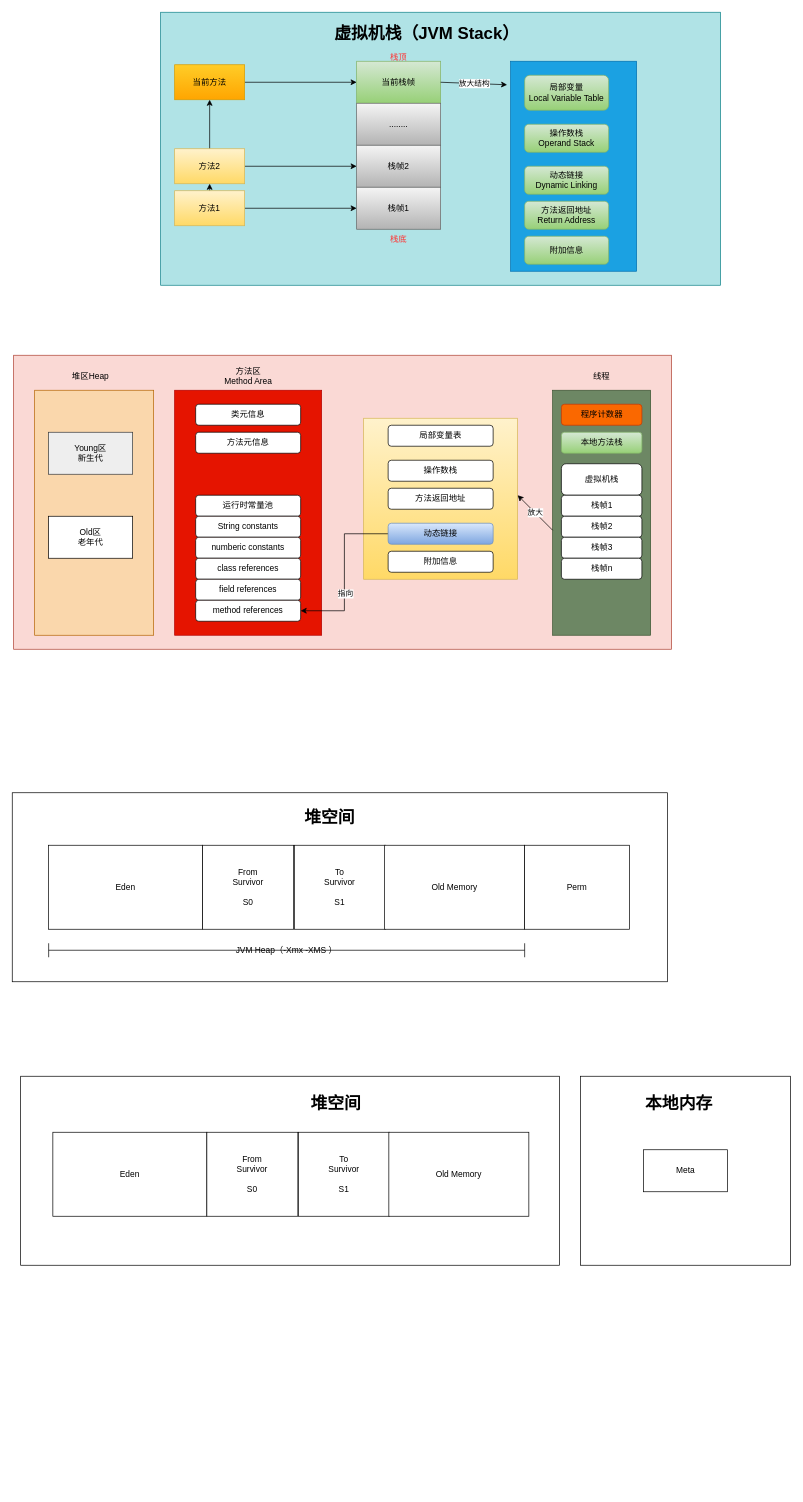
Above: 虚拟机栈.drawio in linbingxing/mind (draw.io), before the change. Source tidied: cells renumbered, new cells numbered last; positions are measured from the earlier drawing's top-left corner, leaving out a move shared by most shapes. Both pictures are drawn from the tidied source at 70%, with x=0, y=0 at pixel (12, 12).
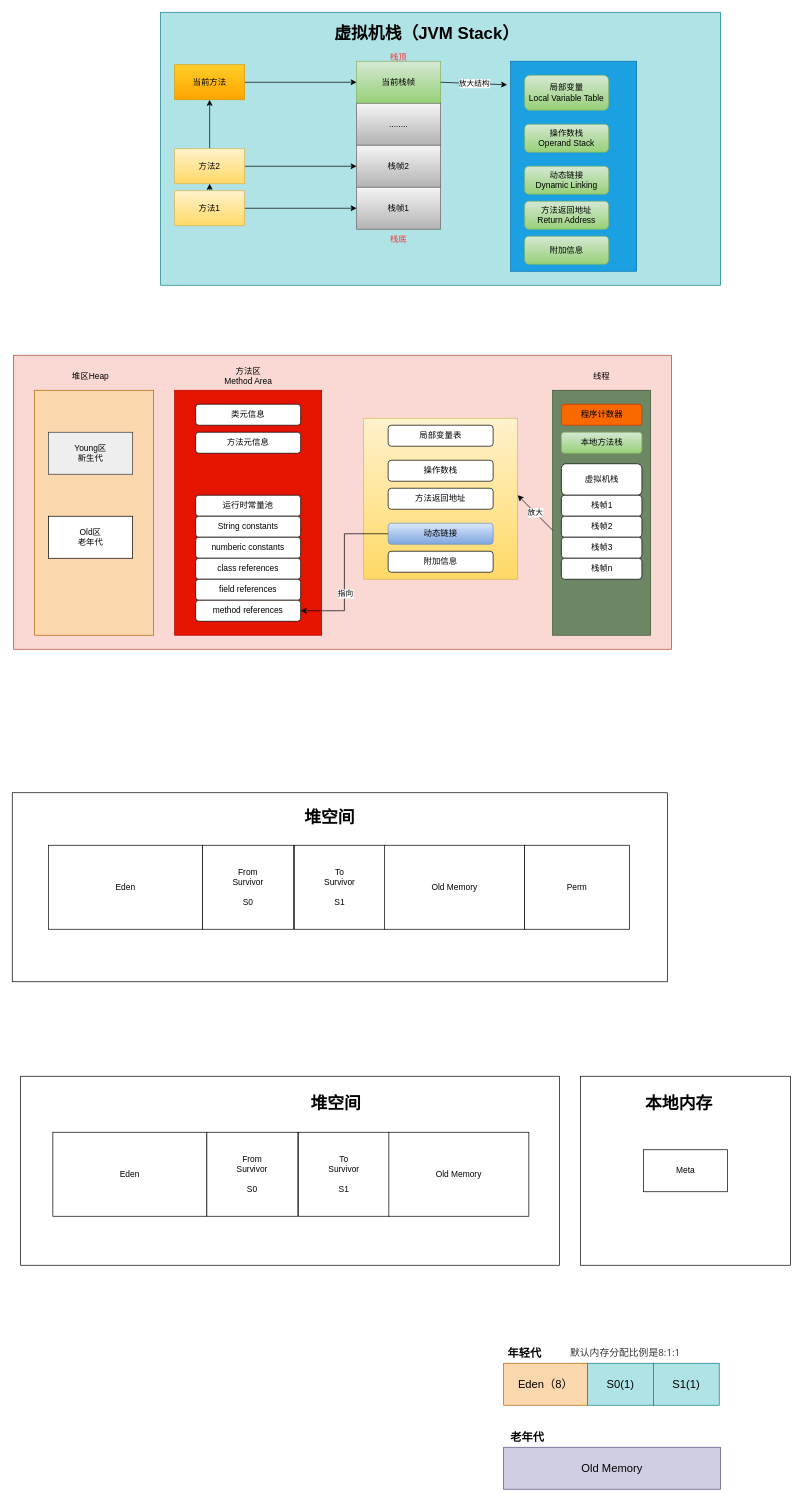
After the change.

Commit message:
更新虚拟机栈.drawio

The edit, as a diff of the source:
```diff
@@
-    <mxCell id="74" value="JVM Heap（-Xmx -XMS ）" style="shape=crossbar;whiteSpace=wrap;html=1;rounded=1;fontColor=#000000;" parent="1" vertex="1">
-      <mxGeometry x="52" y="1330" width="680" height="20" as="geometry" />
-    </mxCell>
+    <mxCell id="75" value="Eden（8）" style="rounded=0;whiteSpace=wrap;html=1;fontSize=16;fillColor=#fad7ac;strokeColor=#b46504;" parent="1" vertex="1">
+      <mxGeometry x="702" y="1930" width="120" height="60" as="geometry" />
+    </mxCell>
+    <mxCell id="76" value="S0(1)" style="rounded=0;whiteSpace=wrap;html=1;fontSize=16;fillColor=#b0e3e6;strokeColor=#0e8088;" parent="1" vertex="1">
+      <mxGeometry x="822" y="1930" width="94" height="60" as="geometry" />
+    </mxCell>
+    <mxCell id="77" value="S1(1)" style="rounded=0;whiteSpace=wrap;html=1;fontSize=16;fillColor=#b0e3e6;strokeColor=#0e8088;" parent="1" vertex="1">
+      <mxGeometry x="916" y="1930" width="94" height="60" as="geometry" />
+    </mxCell>
+    <mxCell id="78" value="年轻代" style="text;html=1;strokeColor=none;fillColor=none;align=center;verticalAlign=middle;whiteSpace=wrap;rounded=0;fontSize=16;fontColor=#000000;fontStyle=1;" parent="1" vertex="1">
+      <mxGeometry x="702" y="1900" width="60" height="30" as="geometry" />
+    </mxCell>
+    <mxCell id="79" value="Old Memory" style="rounded=0;whiteSpace=wrap;html=1;fontSize=16;fillColor=#d0cee2;strokeColor=#56517e;" parent="1" vertex="1">
+      <mxGeometry x="702" y="2050" width="310" height="60" as="geometry" />
+    </mxCell>
+    <mxCell id="80" value="老年代" style="text;html=1;strokeColor=none;fillColor=none;align=center;verticalAlign=middle;whiteSpace=wrap;rounded=0;fontSize=16;fontColor=#000000;fontStyle=1;" parent="1" vertex="1">
+      <mxGeometry x="706" y="2020" width="60" height="30" as="geometry" />
+    </mxCell>
+    <mxCell id="81" value="&lt;span style=&quot;color: rgb(51, 51, 51); font-family: &amp;quot;open sans&amp;quot;, &amp;quot;clear sans&amp;quot;, &amp;quot;helvetica neue&amp;quot;, helvetica, arial, &amp;quot;segoe ui emoji&amp;quot;, sans-serif; background-color: rgb(255, 255, 255); font-size: 14px;&quot;&gt;默认内存分配比例是8:1:1&lt;/span&gt;" style="text;html=1;strokeColor=none;fillColor=none;align=center;verticalAlign=middle;whiteSpace=wrap;rounded=0;fontSize=14;fontColor=#000000;" parent="1" vertex="1">
+      <mxGeometry x="756" y="1900" width="240" height="30" as="geometry" />
+    </mxCell>
```
